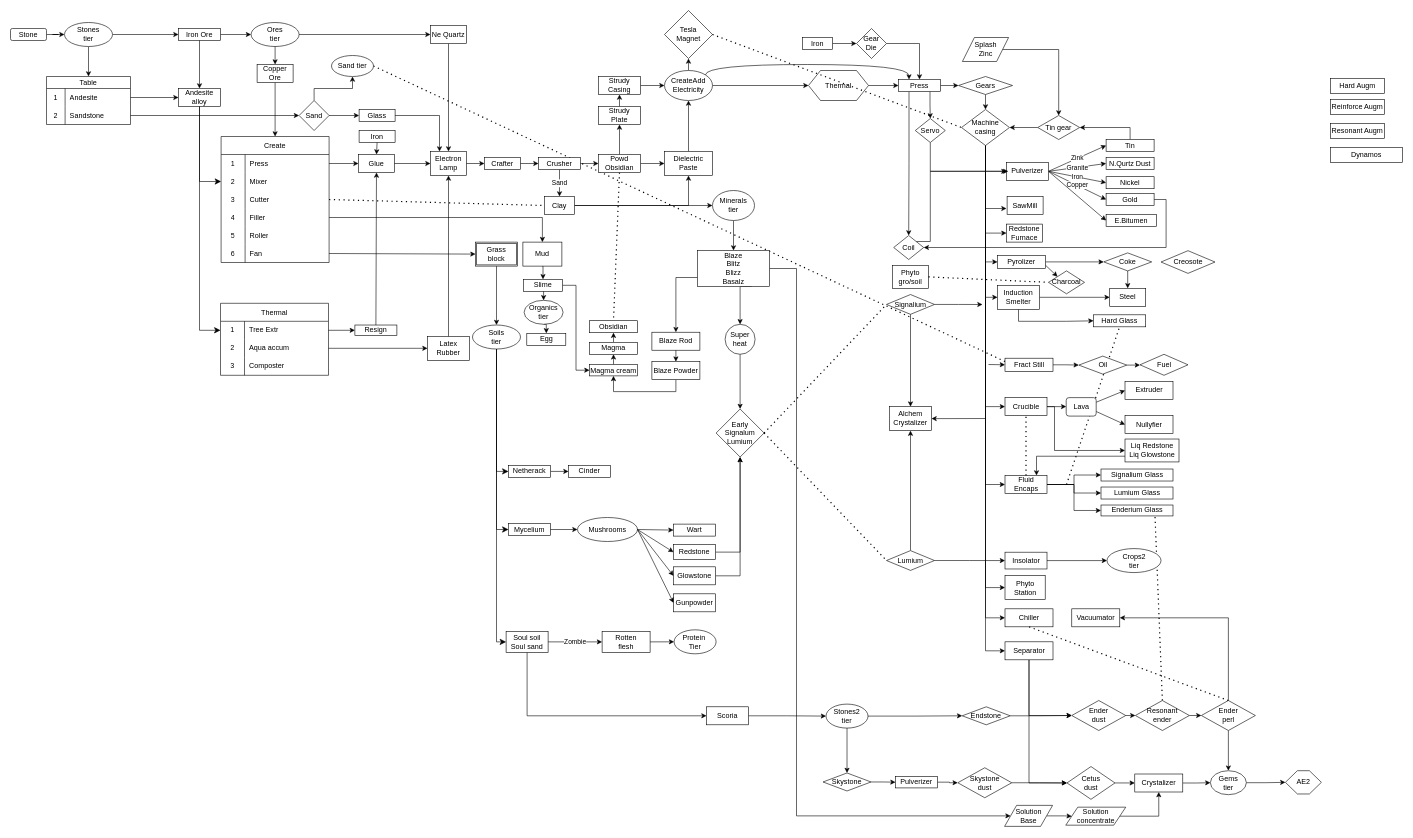
BogusAlgorithm/kubejs keeps this draw.io diagram as Diag.drawio. Above is the earlier version. Source tidied: cells renumbered, new cells numbered last; positions are measured from the earlier drawing's top-left corner, leaving out a move shared by most shapes. Both pictures are drawn from the tidied source at 60%, with x=0, y=0 at pixel (10, 10).
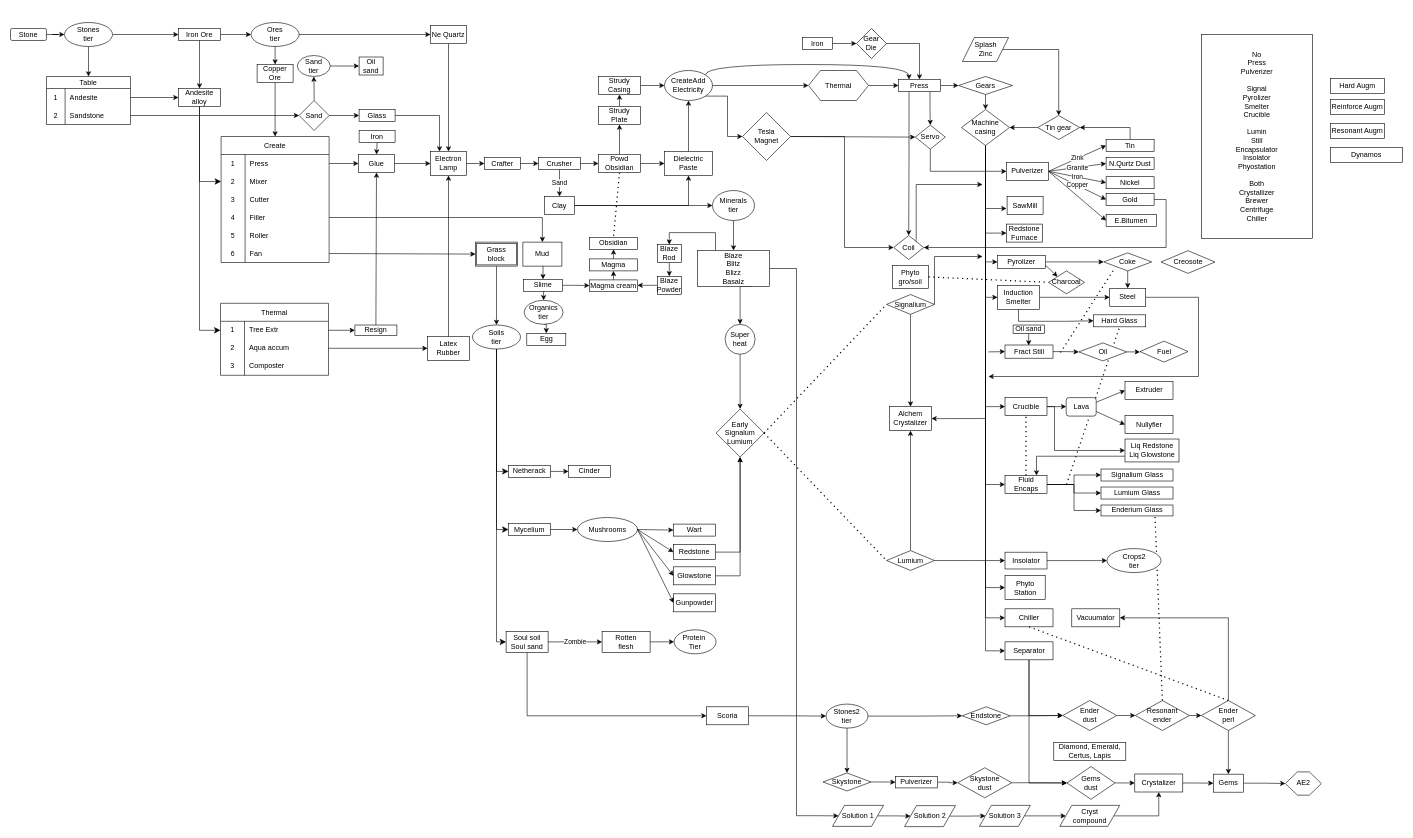
The same page after the edit.

Unchanged cells that the change refers to:
```xml
<mxCell id="35" style="shape=tableRow;horizontal=0;startSize=0;swimlaneHead=0;swimlaneBody=0;top=0;left=0;bottom=0;right=0;fillColor=none;points=[[0,0.5],[1,0.5]];portConstraint=eastwest;strokeColor=inherit;fontSize=12;" parent="28" vertex="1">
  <mxGeometry y="90" width="180" height="30" as="geometry" />
</mxCell>
<mxCell id="141" value="Clay" style="rounded=0;whiteSpace=wrap;html=1;" parent="1" vertex="1">
  <mxGeometry x="890" y="310" width="50" height="30" as="geometry" />
</mxCell>
<mxCell id="148" value="CreateAdd&lt;br&gt;Electricity" style="ellipse;whiteSpace=wrap;html=1;" parent="1" vertex="1">
  <mxGeometry x="1090" y="100" width="80" height="50" as="geometry" />
</mxCell>
<mxCell id="194" value="Steel" style="rounded=0;whiteSpace=wrap;html=1;" parent="1" vertex="1">
  <mxGeometry x="1832" y="463" width="60" height="30" as="geometry" />
</mxCell>
<mxCell id="200" value="Signalium" style="rhombus;whiteSpace=wrap;html=1;" parent="1" vertex="1">
  <mxGeometry x="1460" y="473.4" width="80" height="33" as="geometry" />
</mxCell>
<mxCell id="228" value="Machine casing" style="rhombus;whiteSpace=wrap;html=1;" parent="1" vertex="1">
  <mxGeometry x="1585" y="165" width="80" height="60" as="geometry" />
</mxCell>
<mxCell id="230" value="Coil" style="rhombus;whiteSpace=wrap;html=1;" parent="1" vertex="1">
  <mxGeometry x="1472" y="375" width="50" height="40" as="geometry" />
</mxCell>
<mxCell id="260" value="Blaze&lt;br&gt;Blitz&lt;br&gt;Blizz&lt;br&gt;Basalz" style="rounded=0;whiteSpace=wrap;html=1;" parent="1" vertex="1">
  <mxGeometry x="1145" y="400" width="120" height="60" as="geometry" />
</mxCell>
<mxCell id="286" value="Ender&lt;br&gt;perl" style="rhombus;whiteSpace=wrap;html=1;" parent="1" vertex="1">
  <mxGeometry x="1984.8" y="1150" width="90" height="50" as="geometry" />
</mxCell>
<mxCell id="288" value="Crystalizer" style="rounded=0;whiteSpace=wrap;html=1;" parent="1" vertex="1">
  <mxGeometry x="1873.8" y="1272.5" width="80" height="30" as="geometry" />
</mxCell>
```

What changed in the source:
```diff
@@
-    <mxCell id="3" style="endArrow=none;dashed=1;html=1;dashPattern=1 3;strokeWidth=2;rounded=0;exitX=1;exitY=0.5;exitDx=0;exitDy=0;entryX=0;entryY=0.25;entryDx=0;entryDy=0;" parent="1" edge="1" source="256" target="262">
-      <mxGeometry relative="1" as="geometry" />
-    </mxCell>
@@
     <mxCell id="99" value="Magma" style="rounded=0;whiteSpace=wrap;html=1;" parent="1" vertex="1">
-      <mxGeometry x="965" y="553" width="80" height="20" as="geometry" />
+      <mxGeometry x="965" y="414" width="80" height="20" as="geometry" />
     </mxCell>
@@
-    <mxCell id="102" style="edgeStyle=orthogonalEdgeStyle;rounded=0;jettySize=auto;html=1;exitX=0.5;exitY=1;exitDx=0;exitDy=0;entryX=0.5;entryY=1;entryDx=0;entryDy=0;" parent="1" edge="1" source="103" target="131">
+    <mxCell id="102" style="edgeStyle=orthogonalEdgeStyle;rounded=0;jettySize=auto;html=1;exitX=0;exitY=0.5;exitDx=0;exitDy=0;entryX=1;entryY=0.5;entryDx=0;entryDy=0;" parent="1" edge="1" source="103" target="131">
       <mxGeometry relative="1" as="geometry" />
     </mxCell>
     <mxCell id="103" value="Blaze Powder" style="rounded=0;whiteSpace=wrap;html=1;" parent="1" vertex="1">
-      <mxGeometry x="1069" y="585.2" width="80" height="30" as="geometry" />
+      <mxGeometry x="1078" y="443" width="40" height="30" as="geometry" />
     </mxCell>
@@
     <mxCell id="110" value="Blaze Rod" style="rounded=0;whiteSpace=wrap;html=1;" parent="1" vertex="1">
-      <mxGeometry x="1069" y="536.2" width="80" height="30" as="geometry" />
+      <mxGeometry x="1078" y="390.2" width="40" height="30" as="geometry" />
     </mxCell>
@@
     <mxCell id="131" value="Magma cream" style="rounded=0;whiteSpace=wrap;html=1;" parent="1" vertex="1">
-      <mxGeometry x="965" y="590" width="80" height="19" as="geometry" />
+      <mxGeometry x="965" y="449" width="80" height="19" as="geometry" />
     </mxCell>
     <mxCell id="132" value="Obsidian" style="rounded=0;whiteSpace=wrap;html=1;" parent="1" vertex="1">
-      <mxGeometry x="965" y="517" width="80" height="20" as="geometry" />
+      <mxGeometry x="965" y="378" width="80" height="20" as="geometry" />
     </mxCell>
@@
-    <mxCell id="147" style="edgeStyle=orthogonalEdgeStyle;rounded=0;jettySize=auto;html=1;exitX=0.5;exitY=0;exitDx=0;exitDy=0;entryX=0.5;entryY=1;entryDx=0;entryDy=0;" parent="1" edge="1" source="148" target="250">
+    <mxCell id="147" style="edgeStyle=orthogonalEdgeStyle;rounded=0;jettySize=auto;html=1;exitX=1;exitY=1;exitDx=0;exitDy=0;entryX=0;entryY=0.5;entryDx=0;entryDy=0;" parent="1" edge="1" source="148" target="250">
       <mxGeometry relative="1" as="geometry" />
     </mxCell>
@@
+    <mxCell id="300" style="edgeStyle=orthogonalEdgeStyle;rounded=0;jettySize=auto;html=1;exitX=1;exitY=0.5;exitDx=0;exitDy=0;" parent="1" edge="1" source="194">
+      <mxGeometry relative="1" as="geometry">
+        <mxPoint x="1630" y="610" as="targetPoint" />
+        <Array as="points">
+          <mxPoint x="1980" y="478" />
+          <mxPoint x="1980" y="610" />
+        </Array>
+      </mxGeometry>
+    </mxCell>
@@
     <mxCell id="199" style="edgeStyle=orthogonalEdgeStyle;rounded=0;jettySize=auto;html=1;exitX=1;exitY=0.5;exitDx=0;exitDy=0;" parent="1" edge="1" source="200">
       <mxGeometry relative="1" as="geometry">
-        <mxPoint x="1620" y="490" as="targetPoint" />
+        <mxPoint x="1620" y="410" as="targetPoint" />
+        <Array as="points">
+          <mxPoint x="1540" y="410" />
+        </Array>
       </mxGeometry>
     </mxCell>
@@
     <mxCell id="206" value="Oil" style="rhombus;whiteSpace=wrap;html=1;" parent="1" vertex="1">
-      <mxGeometry x="1780.5" y="576" width="80" height="30" as="geometry" />
+      <mxGeometry x="1780.5" y="554" width="80" height="30" as="geometry" />
     </mxCell>
     <mxCell id="207" value="Fuel" style="rhombus;whiteSpace=wrap;html=1;" parent="1" vertex="1">
-      <mxGeometry x="1882.5" y="573" width="80" height="35" as="geometry" />
+      <mxGeometry x="1882.5" y="551" width="80" height="35" as="geometry" />
     </mxCell>
@@
-    <mxCell id="229" style="edgeStyle=orthogonalEdgeStyle;rounded=0;jettySize=auto;html=1;exitX=1;exitY=0;exitDx=0;exitDy=0;entryX=0;entryY=0.5;entryDx=0;entryDy=0;" parent="1" edge="1" source="230">
-      <mxGeometry relative="1" as="geometry">
-        <mxPoint x="1663" y="268" as="targetPoint" />
-        <Array as="points">
-          <mxPoint x="1533" y="385" />
-          <mxPoint x="1533" y="268" />
-        </Array>
-      </mxGeometry>
-    </mxCell>
+    <mxCell id="301" style="edgeStyle=orthogonalEdgeStyle;rounded=0;jettySize=auto;html=1;exitX=1;exitY=0;exitDx=0;exitDy=0;" parent="1" edge="1" source="230">
+      <mxGeometry relative="1" as="geometry">
+        <mxPoint x="1620" y="290" as="targetPoint" />
+        <Array as="points">
+          <mxPoint x="1510" y="290" />
+        </Array>
+      </mxGeometry>
+    </mxCell>
@@
     <mxCell id="232" value="Servo" style="rhombus;whiteSpace=wrap;html=1;" parent="1" vertex="1">
-      <mxGeometry x="1508" y="180" width="50" height="40" as="geometry" />
+      <mxGeometry x="1508" y="191" width="50" height="40" as="geometry" />
     </mxCell>
@@
-    <mxCell id="240" style="endArrow=none;dashed=1;html=1;dashPattern=1 3;strokeWidth=2;rounded=0;entryX=0;entryY=0.5;entryDx=0;entryDy=0;exitX=1;exitY=0.5;exitDx=0;exitDy=0;" parent="1" edge="1" source="35" target="141">
-      <mxGeometry relative="1" as="geometry" />
-    </mxCell>
@@
+    <mxCell id="302" style="edgeStyle=orthogonalEdgeStyle;rounded=0;jettySize=auto;html=1;exitX=1;exitY=0.5;exitDx=0;exitDy=0;entryX=0;entryY=0.5;entryDx=0;entryDy=0;" parent="1" edge="1" source="250" target="232">
+      <mxGeometry relative="1" as="geometry">
+        <Array as="points">
+          <mxPoint x="1508" y="210" />
+        </Array>
+      </mxGeometry>
+    </mxCell>
+    <mxCell id="303" style="edgeStyle=orthogonalEdgeStyle;rounded=0;jettySize=auto;html=1;exitX=1;exitY=0.5;exitDx=0;exitDy=0;entryX=0;entryY=0.5;entryDx=0;entryDy=0;" parent="1" edge="1" source="250" target="230">
+      <mxGeometry relative="1" as="geometry">
+        <Array as="points">
+          <mxPoint x="1390" y="210" />
+          <mxPoint x="1390" y="395" />
+        </Array>
+      </mxGeometry>
+    </mxCell>
     <mxCell id="250" value="Tesla&lt;br&gt;Magnet" style="rhombus;whiteSpace=wrap;html=1;" parent="1" vertex="1">
-      <mxGeometry x="1090" width="80" height="80" as="geometry" />
+      <mxGeometry x="1220" y="170" width="80" height="80" as="geometry" />
     </mxCell>
-    <mxCell id="251" style="endArrow=none;dashed=1;html=1;dashPattern=1 3;strokeWidth=2;rounded=0;exitX=1;exitY=0.5;exitDx=0;exitDy=0;entryX=0;entryY=0.5;entryDx=0;entryDy=0;" parent="1" edge="1" source="250" target="228">
-      <mxGeometry relative="1" as="geometry" />
-    </mxCell>
@@
+    <mxCell id="304" style="edgeStyle=orthogonalEdgeStyle;rounded=0;jettySize=auto;html=1;" parent="1" edge="1" source="256" target="308">
+      <mxGeometry relative="1" as="geometry" />
+    </mxCell>
-    <mxCell id="256" value="Sand tier" style="ellipse;whiteSpace=wrap;html=1;" parent="1" vertex="1">
-      <mxGeometry x="535" y="75" width="70" height="35" as="geometry" />
+    <mxCell id="256" value="Sand&lt;br&gt;tier" style="ellipse;whiteSpace=wrap;html=1;" parent="1" vertex="1">
+      <mxGeometry x="478" y="75" width="55" height="35" as="geometry" />
     </mxCell>
@@
+    <mxCell id="259" style="edgeStyle=orthogonalEdgeStyle;rounded=0;jettySize=auto;html=1;exitX=1;exitY=0.5;exitDx=0;exitDy=0;entryX=0;entryY=0.5;entryDx=0;entryDy=0;" parent="1" edge="1" source="260" target="315">
+      <mxGeometry relative="1" as="geometry">
+        <Array as="points">
+          <mxPoint x="1310" y="430" />
+          <mxPoint x="1310" y="1342" />
+          <mxPoint x="1344" y="1342" />
+        </Array>
+      </mxGeometry>
+    </mxCell>
-    <mxCell id="258" style="edgeStyle=orthogonalEdgeStyle;rounded=0;jettySize=auto;html=1;exitX=0;exitY=0.75;exitDx=0;exitDy=0;entryX=0.5;entryY=0;entryDx=0;entryDy=0;" parent="1" edge="1" source="260" target="110">
+    <mxCell id="258" style="edgeStyle=orthogonalEdgeStyle;rounded=0;jettySize=auto;html=1;exitX=0.25;exitY=0;exitDx=0;exitDy=0;entryX=0.5;entryY=0;entryDx=0;entryDy=0;" parent="1" edge="1" source="260" target="110">
       <mxGeometry relative="1" as="geometry" />
     </mxCell>
-    <mxCell id="259" style="edgeStyle=orthogonalEdgeStyle;rounded=0;jettySize=auto;html=1;exitX=1;exitY=0.5;exitDx=0;exitDy=0;entryX=0;entryY=0.5;entryDx=0;entryDy=0;" parent="1" edge="1" source="260" target="292">
-      <mxGeometry relative="1" as="geometry">
-        <Array as="points">
-          <mxPoint x="1310" y="430" />
-          <mxPoint x="1310" y="1342" />
-        </Array>
-      </mxGeometry>
-    </mxCell>
@@
     <mxCell id="262" value="Fract Still" style="rounded=0;whiteSpace=wrap;html=1;" parent="1" vertex="1">
-      <mxGeometry x="1657.5" y="579.5" width="80" height="22" as="geometry" />
+      <mxGeometry x="1657.5" y="557.5" width="80" height="22" as="geometry" />
     </mxCell>
@@
     <mxCell id="264" style="endArrow=classic;html=1;rounded=0;entryX=0;entryY=0.5;entryDx=0;entryDy=0;" parent="1" edge="1" target="262">
       <mxGeometry relative="1" as="geometry">
-        <mxPoint x="1630" y="590" as="sourcePoint" />
+        <mxPoint x="1630" y="569" as="sourcePoint" />
       </mxGeometry>
     </mxCell>
@@
     <mxCell id="269" value="Ender&lt;br&gt;dust" style="rhombus;whiteSpace=wrap;html=1;" parent="1" vertex="1">
-      <mxGeometry x="1768.8" y="1150" width="90" height="50" as="geometry" />
+      <mxGeometry x="1753.8" y="1150" width="90" height="50" as="geometry" />
     </mxCell>
-    <mxCell id="270" style="edgeStyle=orthogonalEdgeStyle;rounded=0;jettySize=auto;html=1;" parent="1" edge="1" source="271" target="293">
-      <mxGeometry relative="1" as="geometry" />
-    </mxCell>
-    <mxCell id="271" value="Gems&lt;br&gt;tier" style="ellipse;whiteSpace=wrap;html=1;" parent="1" vertex="1">
-      <mxGeometry x="1999.8" y="1267" width="60" height="40" as="geometry" />
-    </mxCell>
+    <mxCell id="305" style="edgeStyle=orthogonalEdgeStyle;rounded=0;jettySize=auto;html=1;exitX=1;exitY=0.5;exitDx=0;exitDy=0;entryX=0;entryY=0.5;entryDx=0;entryDy=0;" parent="1" edge="1" source="307" target="293">
+      <mxGeometry relative="1" as="geometry" />
+    </mxCell>
@@
-    <mxCell id="281" value="Cetus&lt;br&gt;dust" style="rhombus;whiteSpace=wrap;html=1;" parent="1" vertex="1">
+    <mxCell id="281" value="Gems&lt;br&gt;dust" style="rhombus;whiteSpace=wrap;html=1;" parent="1" vertex="1">
       <mxGeometry x="1760.8" y="1260.1" width="80" height="54.6" as="geometry" />
     </mxCell>
@@
-    <mxCell id="284" style="edgeStyle=orthogonalEdgeStyle;rounded=0;jettySize=auto;html=1;exitX=0.5;exitY=1;exitDx=0;exitDy=0;" parent="1" edge="1" source="286" target="271">
-      <mxGeometry relative="1" as="geometry" />
-    </mxCell>
@@
+    <mxCell id="306" style="edgeStyle=orthogonalEdgeStyle;rounded=0;jettySize=auto;html=1;entryX=0.5;entryY=0;entryDx=0;entryDy=0;" parent="1" edge="1" source="286" target="307">
+      <mxGeometry relative="1" as="geometry" />
+    </mxCell>
@@
-    <mxCell id="287" style="edgeStyle=orthogonalEdgeStyle;rounded=0;jettySize=auto;html=1;exitX=1;exitY=0.5;exitDx=0;exitDy=0;entryX=0;entryY=0.5;entryDx=0;entryDy=0;" parent="1" edge="1" source="288" target="271">
+    <mxCell id="287" style="edgeStyle=orthogonalEdgeStyle;rounded=0;jettySize=auto;html=1;exitX=1;exitY=0.5;exitDx=0;exitDy=0;entryX=0;entryY=0.5;entryDx=0;entryDy=0;" parent="1" edge="1" source="288" target="307">
       <mxGeometry relative="1" as="geometry" />
     </mxCell>
@@
-    <mxCell id="290" value="Solution concentrate" style="shape=parallelogram;perimeter=parallelogramPerimeter;whiteSpace=wrap;html=1;fixedSize=1;" parent="1" vertex="1">
-      <mxGeometry x="1758.8" y="1327.8" width="100" height="30" as="geometry" />
+    <mxCell id="290" value="Cryst &lt;br&gt;compound" style="shape=parallelogram;perimeter=parallelogramPerimeter;whiteSpace=wrap;html=1;fixedSize=1;" parent="1" vertex="1">
+      <mxGeometry x="1748.8" y="1324.8" width="100" height="35" as="geometry" />
     </mxCell>
@@
-    <mxCell id="292" value="Solution&lt;br&gt;Base" style="shape=parallelogram;perimeter=parallelogramPerimeter;whiteSpace=wrap;html=1;fixedSize=1;" parent="1" vertex="1">
-      <mxGeometry x="1656.8" y="1324.8" width="80" height="35" as="geometry" />
+    <mxCell id="292" value="Solution 3" style="shape=parallelogram;perimeter=parallelogramPerimeter;whiteSpace=wrap;html=1;fixedSize=1;" parent="1" vertex="1">
+      <mxGeometry x="1614.8" y="1324.8" width="85" height="35" as="geometry" />
     </mxCell>
     <mxCell id="293" value="AE2" style="shape=hexagon;perimeter=hexagonPerimeter2;whiteSpace=wrap;html=1;fixedSize=1;size=20.000000000000455;" parent="1" vertex="1">
-      <mxGeometry x="2124.8" y="1267" width="60" height="38.8" as="geometry" />
+      <mxGeometry x="2124.8" y="1269" width="60" height="38.8" as="geometry" />
     </mxCell>
@@
+    <mxCell id="307" value="Gems" style="rounded=0;whiteSpace=wrap;html=1;" parent="1" vertex="1">
+      <mxGeometry x="2004.8" y="1272.8" width="50" height="30" as="geometry" />
+    </mxCell>
+    <mxCell id="308" value="Oil&lt;br&gt;sand" style="rounded=0;whiteSpace=wrap;html=1;" parent="1" vertex="1">
+      <mxGeometry x="581" y="77.5" width="40" height="30" as="geometry" />
+    </mxCell>
+    <mxCell id="309" style="edgeStyle=orthogonalEdgeStyle;rounded=0;jettySize=auto;html=1;" parent="1" edge="1" source="310" target="262">
+      <mxGeometry relative="1" as="geometry" />
+    </mxCell>
+    <mxCell id="310" value="Oil sand" style="rounded=0;whiteSpace=wrap;html=1;" parent="1" vertex="1">
+      <mxGeometry x="1671" y="524.2" width="52" height="14" as="geometry" />
+    </mxCell>
+    <mxCell id="311" value="Diamond, Emerald, Certus, Lapis&lt;br&gt;" style="rounded=0;whiteSpace=wrap;html=1;" parent="1" vertex="1">
+      <mxGeometry x="1738.8" y="1220" width="120" height="30" as="geometry" />
+    </mxCell>
+    <mxCell id="312" style="edgeStyle=orthogonalEdgeStyle;rounded=0;jettySize=auto;html=1;exitX=1;exitY=0.5;exitDx=0;exitDy=0;entryX=0;entryY=0.5;entryDx=0;entryDy=0;" parent="1" edge="1" source="313" target="292">
+      <mxGeometry relative="1" as="geometry" />
+    </mxCell>
+    <mxCell id="313" value="Solution 2" style="shape=parallelogram;perimeter=parallelogramPerimeter;whiteSpace=wrap;html=1;fixedSize=1;" parent="1" vertex="1">
+      <mxGeometry x="1490" y="1325.2" width="85" height="35" as="geometry" />
+    </mxCell>
+    <mxCell id="314" style="edgeStyle=orthogonalEdgeStyle;rounded=0;jettySize=auto;html=1;" parent="1" edge="1" source="315" target="313">
+      <mxGeometry relative="1" as="geometry" />
+    </mxCell>
+    <mxCell id="315" value="Solution 1" style="shape=parallelogram;perimeter=parallelogramPerimeter;whiteSpace=wrap;html=1;fixedSize=1;" parent="1" vertex="1">
+      <mxGeometry x="1370" y="1324.8" width="85" height="35" as="geometry" />
+    </mxCell>
+    <mxCell id="316" value="No&lt;br&gt;Press&lt;br&gt;Pulverizer&lt;br&gt;&lt;br&gt;Signal&lt;br&gt;Pyrolizer&lt;br&gt;Smelter&lt;br&gt;Crucible&lt;br&gt;&lt;br&gt;Lumin&lt;br&gt;Still&lt;br&gt;Encapsulator&lt;br&gt;Insolator&lt;br&gt;Phyostation&lt;br&gt;&lt;br&gt;Both&lt;br&gt;Crystallizer&lt;br&gt;Brewer&lt;br&gt;Centrifuge&lt;br&gt;Chiller" style="rounded=0;whiteSpace=wrap;html=1;" parent="1" vertex="1">
+      <mxGeometry x="1984.8" y="40" width="185.2" height="340" as="geometry" />
+    </mxCell>
+    <mxCell id="317" style="endArrow=none;dashed=1;html=1;dashPattern=1 3;strokeWidth=2;rounded=0;" parent="1" edge="1">
+      <mxGeometry relative="1" as="geometry">
+        <mxPoint x="1750" y="570" as="sourcePoint" />
+        <mxPoint x="1840" y="430" as="targetPoint" />
+      </mxGeometry>
+    </mxCell>
```
